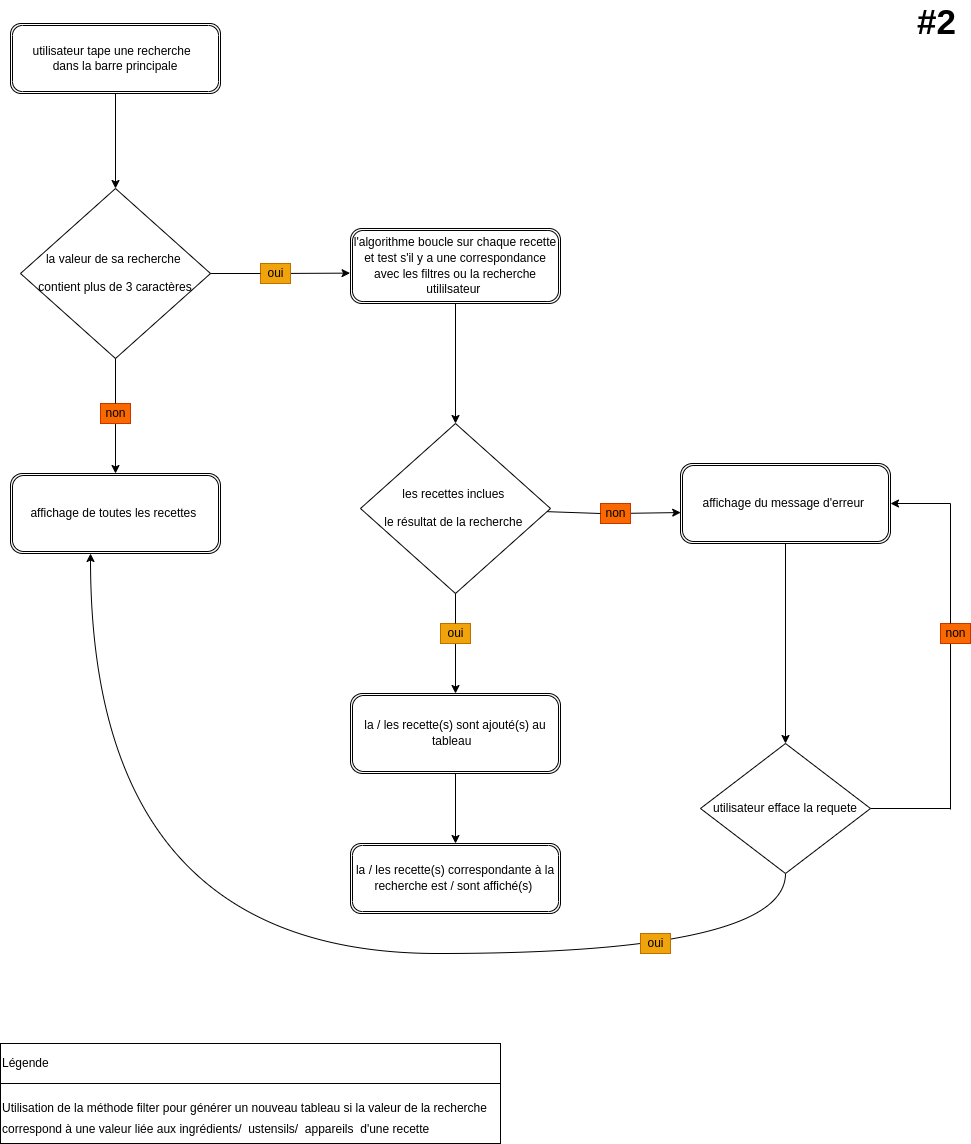
Above: algo2.png in jeremybosqui/Projet7_Algo (draw.io), before the change. Source tidied: cells renumbered, new cells last; positions are measured from the earlier drawing's top-left corner, leaving out a move shared by most shapes.
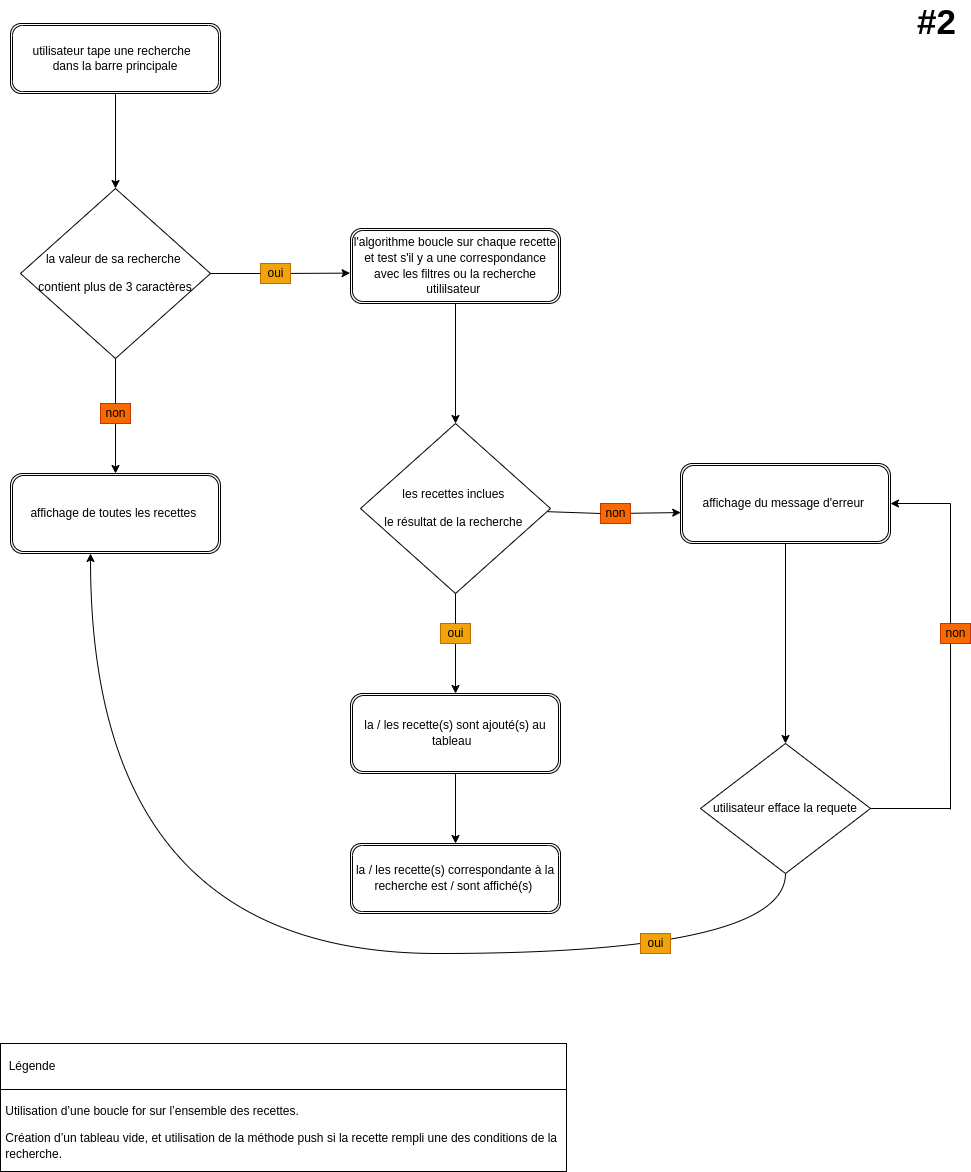
The same diagram one commit later.

Commit message:
schema algo2 modifications

Diff of the diagram source:
```diff
@@ -20,19 +20,19 @@
       <mxGeometry x="20" y="182" width="190" height="170" as="geometry" />
     </mxCell>
     <mxCell id="7" style="shape=table;startSize=0;" parent="1" vertex="1">
-      <mxGeometry y="1037" width="500" height="100" as="geometry" />
+      <mxGeometry y="1037" width="566" height="128" as="geometry" />
     </mxCell>
     <mxCell id="8" style="shape=partialRectangle;fillColor=none;top=0;left=0;bottom=0;right=0;" parent="7" vertex="1">
-      <mxGeometry width="500" height="40" as="geometry" />
+      <mxGeometry width="566" height="46" as="geometry" />
     </mxCell>
-    <mxCell id="9" value="Légende&lt;span style=&quot;white-space: pre&quot;&gt;&#9;&lt;/span&gt;&lt;span style=&quot;white-space: pre&quot;&gt;&#9;&lt;/span&gt;" style="shape=partialRectangle;html=1;whiteSpace=wrap;overflow=hidden;fillColor=none;top=0;left=0;bottom=0;right=0;align=left;" parent="8" vertex="1">
-      <mxGeometry width="500" height="40" as="geometry" />
+    <mxCell id="9" value="&amp;nbsp; Légende&lt;span style=&quot;white-space: pre&quot;&gt;&#9;&lt;/span&gt;&lt;span style=&quot;white-space: pre&quot;&gt;&#9;&lt;/span&gt;" style="shape=partialRectangle;html=1;whiteSpace=wrap;overflow=hidden;fillColor=none;top=0;left=0;bottom=0;right=0;align=left;" parent="8" vertex="1">
+      <mxGeometry width="566" height="46" as="geometry" />
     </mxCell>
     <mxCell id="10" style="shape=partialRectangle;fillColor=none;top=0;left=0;bottom=0;right=0;" parent="7" vertex="1">
-      <mxGeometry y="40" width="500" height="60" as="geometry" />
+      <mxGeometry y="46" width="566" height="82" as="geometry" />
     </mxCell>
-    <mxCell id="11" value="&lt;p style=&quot;line-height: 1.8&quot;&gt;Utilisation de la méthode filter pour générer un nouveau tableau si la valeur de la recherche&lt;br&gt;correspond à une valeur liée aux ingrédients/&amp;nbsp; ustensils/&amp;nbsp; appareils&amp;nbsp; d'une recette&lt;/p&gt;" style="shape=partialRectangle;html=1;whiteSpace=wrap;overflow=hidden;fillColor=none;top=0;left=0;bottom=0;right=0;align=left;" parent="10" vertex="1">
-      <mxGeometry width="500" height="60" as="geometry" />
+    <mxCell id="11" value="&lt;p style=&quot;line-height: 1.3&quot;&gt;&amp;nbsp;Utilisation d’une boucle for sur l’ensemble des recettes.&lt;/p&gt;&lt;p style=&quot;line-height: 1.3&quot;&gt;&amp;nbsp;Création d’un tableau vide, et utilisation de la méthode push si la recette rempli une des conditions de la&lt;br&gt;&amp;nbsp;recherche.&lt;/p&gt;" style="shape=partialRectangle;html=1;whiteSpace=wrap;overflow=hidden;fillColor=none;top=0;left=0;bottom=0;right=0;align=left;" parent="10" vertex="1">
+      <mxGeometry width="566" height="82" as="geometry" />
     </mxCell>
     <mxCell id="12" style="edgeStyle=none;html=1;startArrow=none;entryX=0.001;entryY=0.613;entryDx=0;entryDy=0;entryPerimeter=0;" parent="1" edge="1" source="25" target="24">
       <mxGeometry relative="1" as="geometry" />
```
